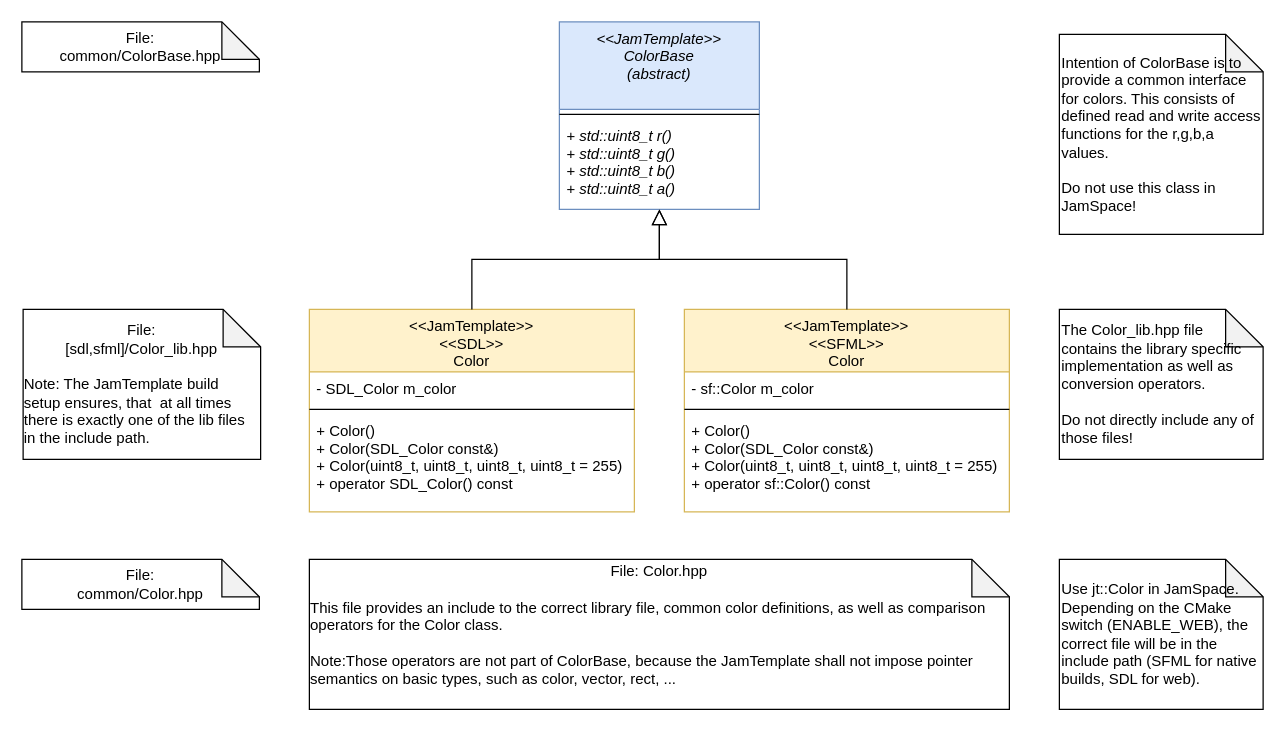
Above: doc/ColorClasses.drawio in Laguna1989/JamTemplateCpp (draw.io), before the change. Source tidied: cells renumbered, new cells numbered last; positions are measured from the earlier drawing's top-left corner, leaving out a move shared by most shapes. Both pictures are drawn from the tidied source at 125%, with x=0, y=0 at pixel (21, 21).
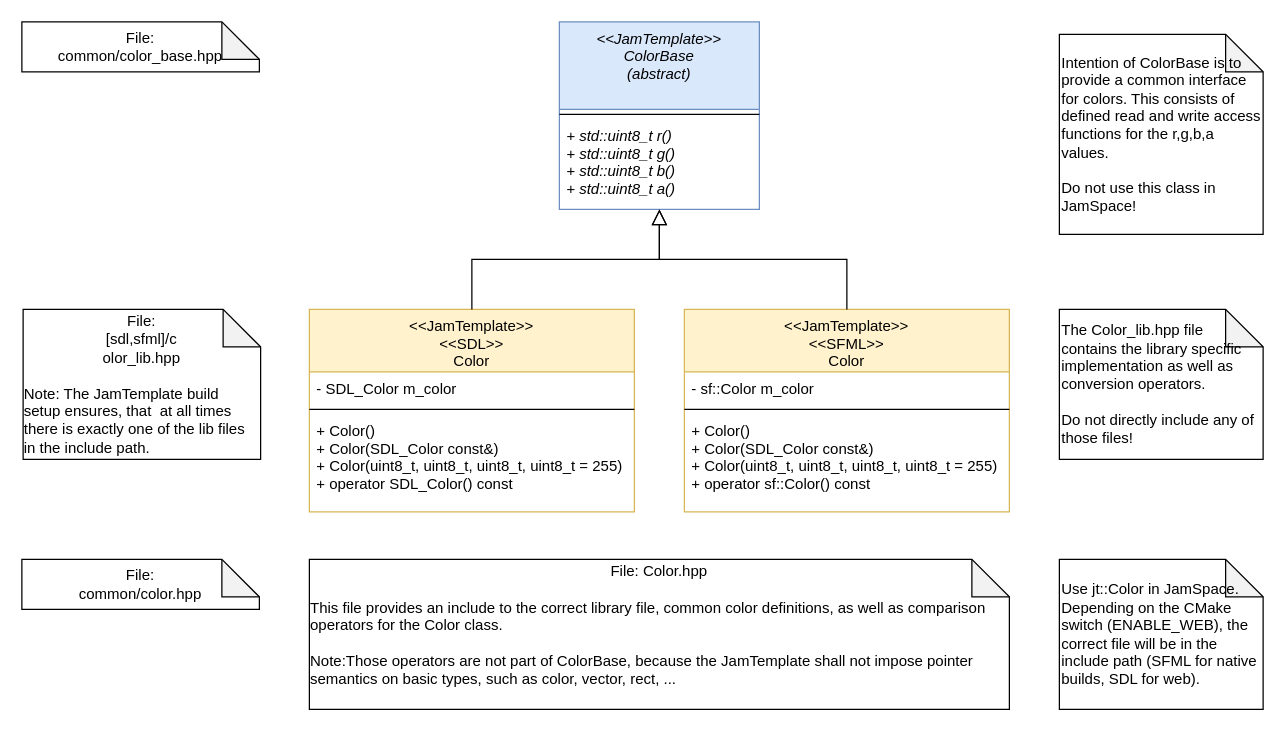
After the change.

Diff of the diagram source:
```diff
@@
-    <mxCell id="15" value="File: &lt;br&gt;common/ColorBase.hpp" style="shape=note;whiteSpace=wrap;html=1;backgroundOutline=1;darkOpacity=0.05;" parent="1" vertex="1">
+    <mxCell id="15" value="File: &lt;br&gt;common/color_base.hpp" style="shape=note;whiteSpace=wrap;html=1;backgroundOutline=1;darkOpacity=0.05;" parent="1" vertex="1">
       <mxGeometry width="190" height="40" as="geometry" />
     </mxCell>
-    <mxCell id="16" value="File: &lt;br&gt;[sdl,sfml]/Color_lib.hpp&lt;br&gt;&lt;br&gt;&lt;div style=&quot;text-align: left&quot;&gt;&lt;span&gt;Note: The JamTemplate build setup ensures, that&amp;nbsp; at all times there is exactly one of the lib files in the include path.&lt;/span&gt;&lt;/div&gt;" style="shape=note;whiteSpace=wrap;html=1;backgroundOutline=1;darkOpacity=0.05;" parent="1" vertex="1">
+    <mxCell id="16" value="File: &lt;br&gt;[sdl,sfml]/c&lt;br&gt;olor_lib.hpp&lt;br&gt;&lt;br&gt;&lt;div style=&quot;text-align: left&quot;&gt;&lt;span&gt;Note: The JamTemplate build setup ensures, that&amp;nbsp; at all times there is exactly one of the lib files in the include path.&lt;/span&gt;&lt;/div&gt;" style="shape=note;whiteSpace=wrap;html=1;backgroundOutline=1;darkOpacity=0.05;" parent="1" vertex="1">
       <mxGeometry x="1" y="230" width="190" height="120" as="geometry" />
     </mxCell>
@@
-    <mxCell id="20" value="File: &lt;br&gt;common/Color.hpp" style="shape=note;whiteSpace=wrap;html=1;backgroundOutline=1;darkOpacity=0.05;" parent="1" vertex="1">
+    <mxCell id="20" value="File: &lt;br&gt;common/color.hpp" style="shape=note;whiteSpace=wrap;html=1;backgroundOutline=1;darkOpacity=0.05;" parent="1" vertex="1">
       <mxGeometry y="430" width="190" height="40" as="geometry" />
     </mxCell>
```
